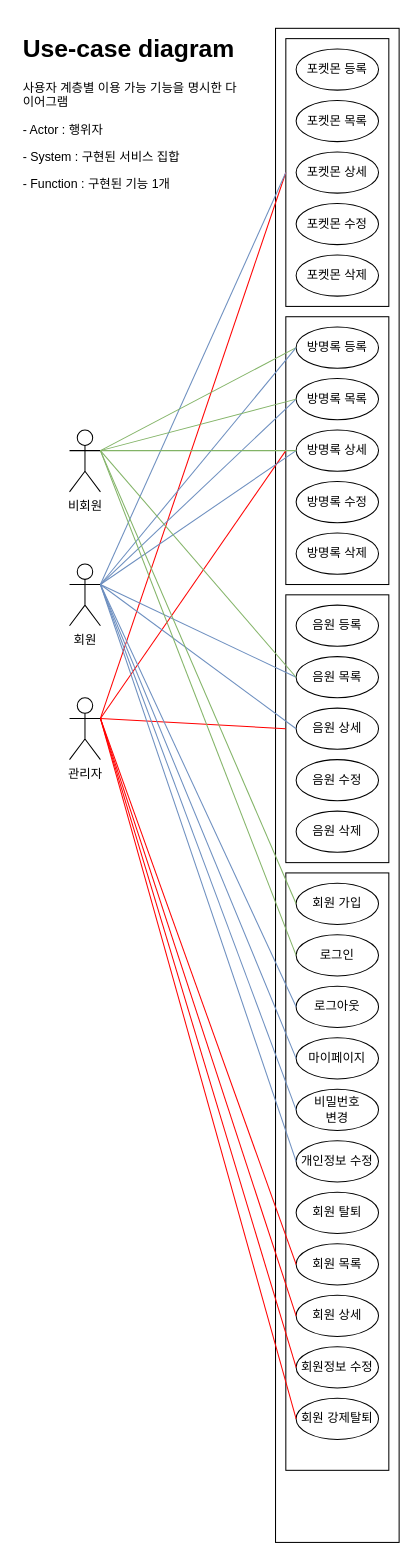
Above: page "유즈케이스" (3 of 3) of springhome.drawio in JeongHwaP/KH10 (draw.io), before the change. Source tidied: cells renumbered, new cells numbered last; positions are measured from the earlier drawing's top-left corner, leaving out a move shared by most shapes. Both pictures are drawn from the tidied source at 103%, with x=0, y=0 at pixel (18, 28).
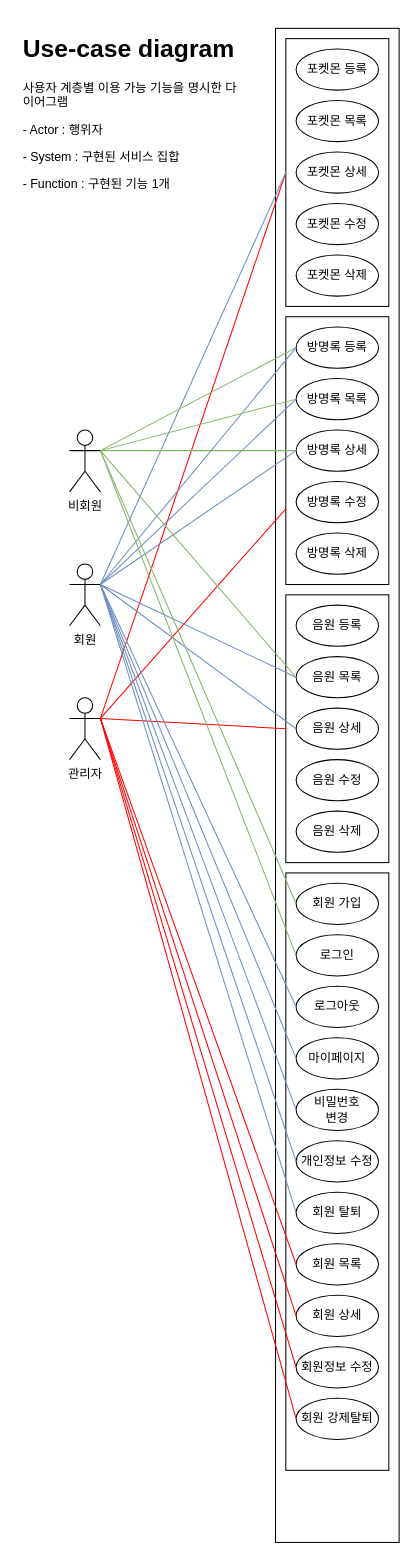
After the change.

The change refers to these unchanged cells:
```xml
<mxCell id="4" value="관리자" style="shape=umlActor;verticalLabelPosition=bottom;verticalAlign=top;html=1;outlineConnect=0;" parent="1" vertex="1">
  <mxGeometry x="50" y="650" width="30" height="60" as="geometry" />
</mxCell>
<mxCell id="5" value="회원" style="shape=umlActor;verticalLabelPosition=bottom;verticalAlign=top;html=1;outlineConnect=0;" parent="1" vertex="1">
  <mxGeometry x="50" y="520" width="30" height="60" as="geometry" />
</mxCell>
<mxCell id="14" style="rounded=0;whiteSpace=wrap;html=1;" parent="1" vertex="1">
  <mxGeometry x="260" y="280" width="100" height="260" as="geometry" />
</mxCell>
<mxCell id="44" value="회원 탈퇴" style="ellipse;whiteSpace=wrap;html=1;" parent="1" vertex="1">
  <mxGeometry x="270" y="1130" width="80" height="40" as="geometry" />
</mxCell>
```

Diff of the diagram source:
```diff
@@
-    <mxCell id="22" style="endArrow=none;html=1;rounded=0;strokeColor=#FF0000;exitX=1;exitY=0.3333333333333333;exitDx=0;exitDy=0;exitPerimeter=0;entryX=0;entryY=0.5;entryDx=0;entryDy=0;" parent="1" edge="1" source="4" target="14">
+    <mxCell id="22" style="endArrow=none;html=1;rounded=0;strokeColor=#FF0000;exitX=1;exitY=0.3333333333333333;exitDx=0;exitDy=0;exitPerimeter=0;" parent="1" edge="1" source="4" target="14">
       <mxGeometry relative="1" as="geometry" />
     </mxCell>
@@
+    <mxCell id="60" style="endArrow=none;html=1;rounded=0;strokeColor=#6c8ebf;exitX=1;exitY=0.3333333333333333;exitDx=0;exitDy=0;exitPerimeter=0;entryX=0;entryY=0.5;entryDx=0;entryDy=0;fillColor=#dae8fc;" parent="1" edge="1" source="5" target="44">
+      <mxGeometry relative="1" as="geometry" />
+    </mxCell>
```
